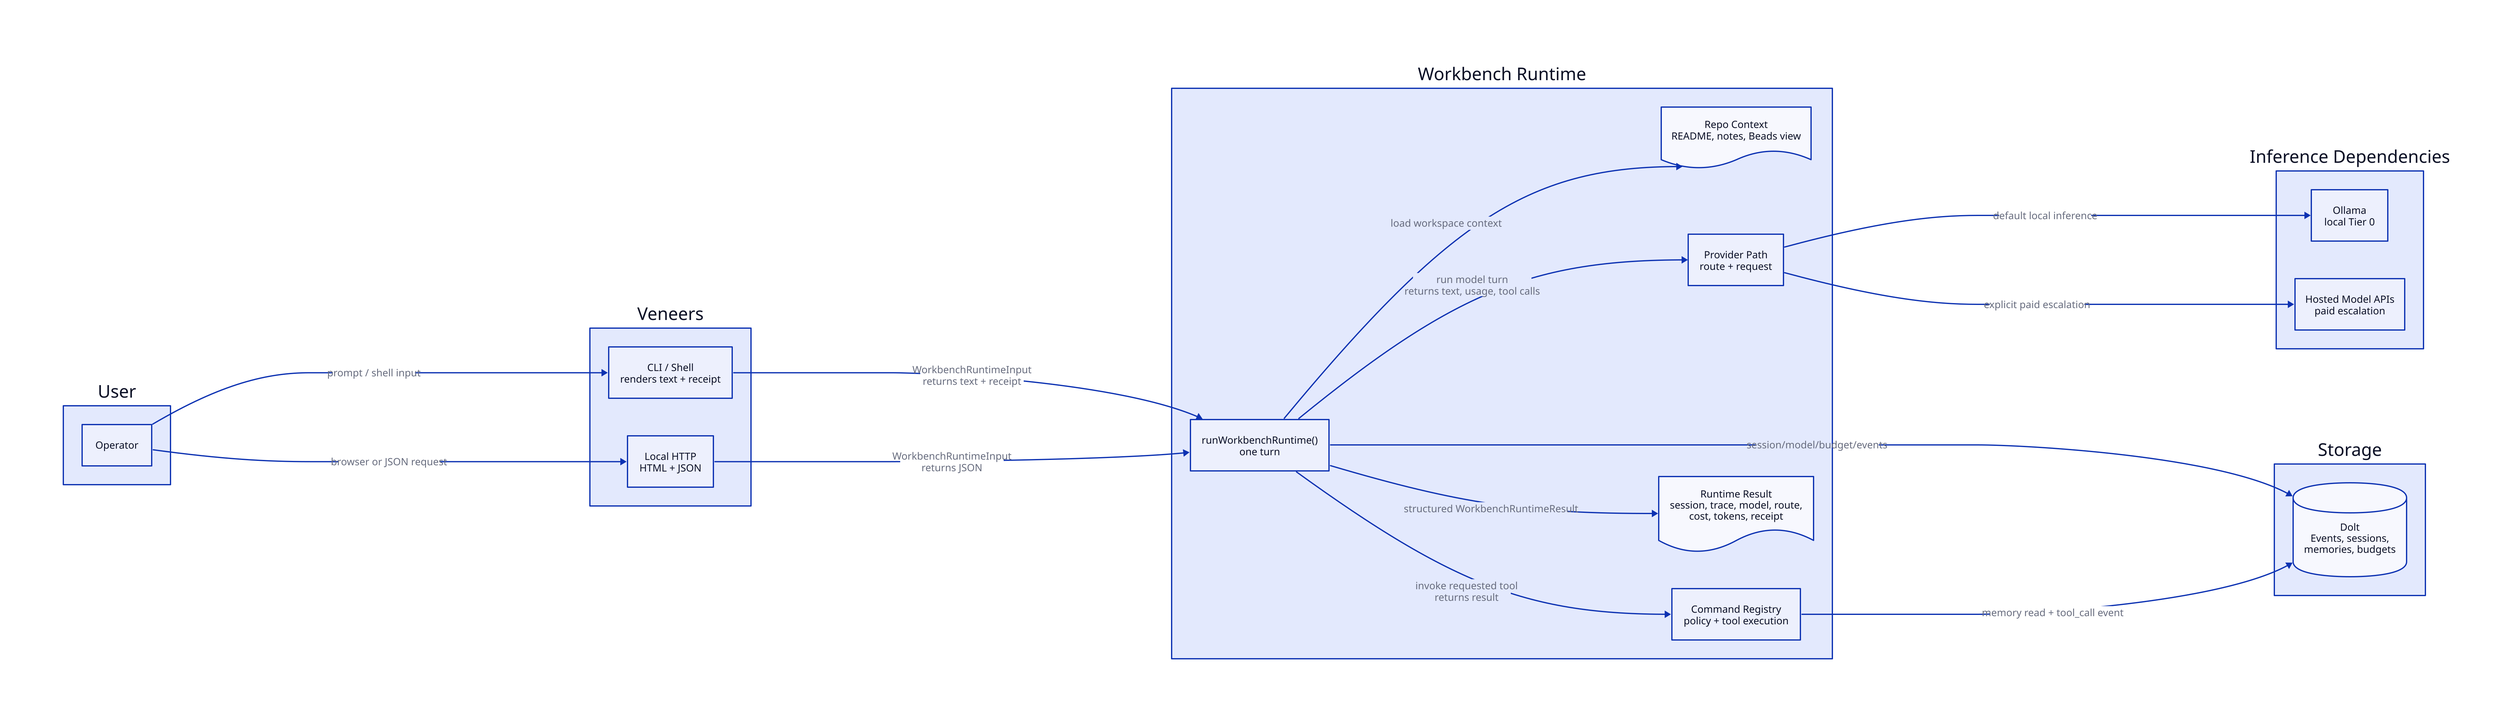
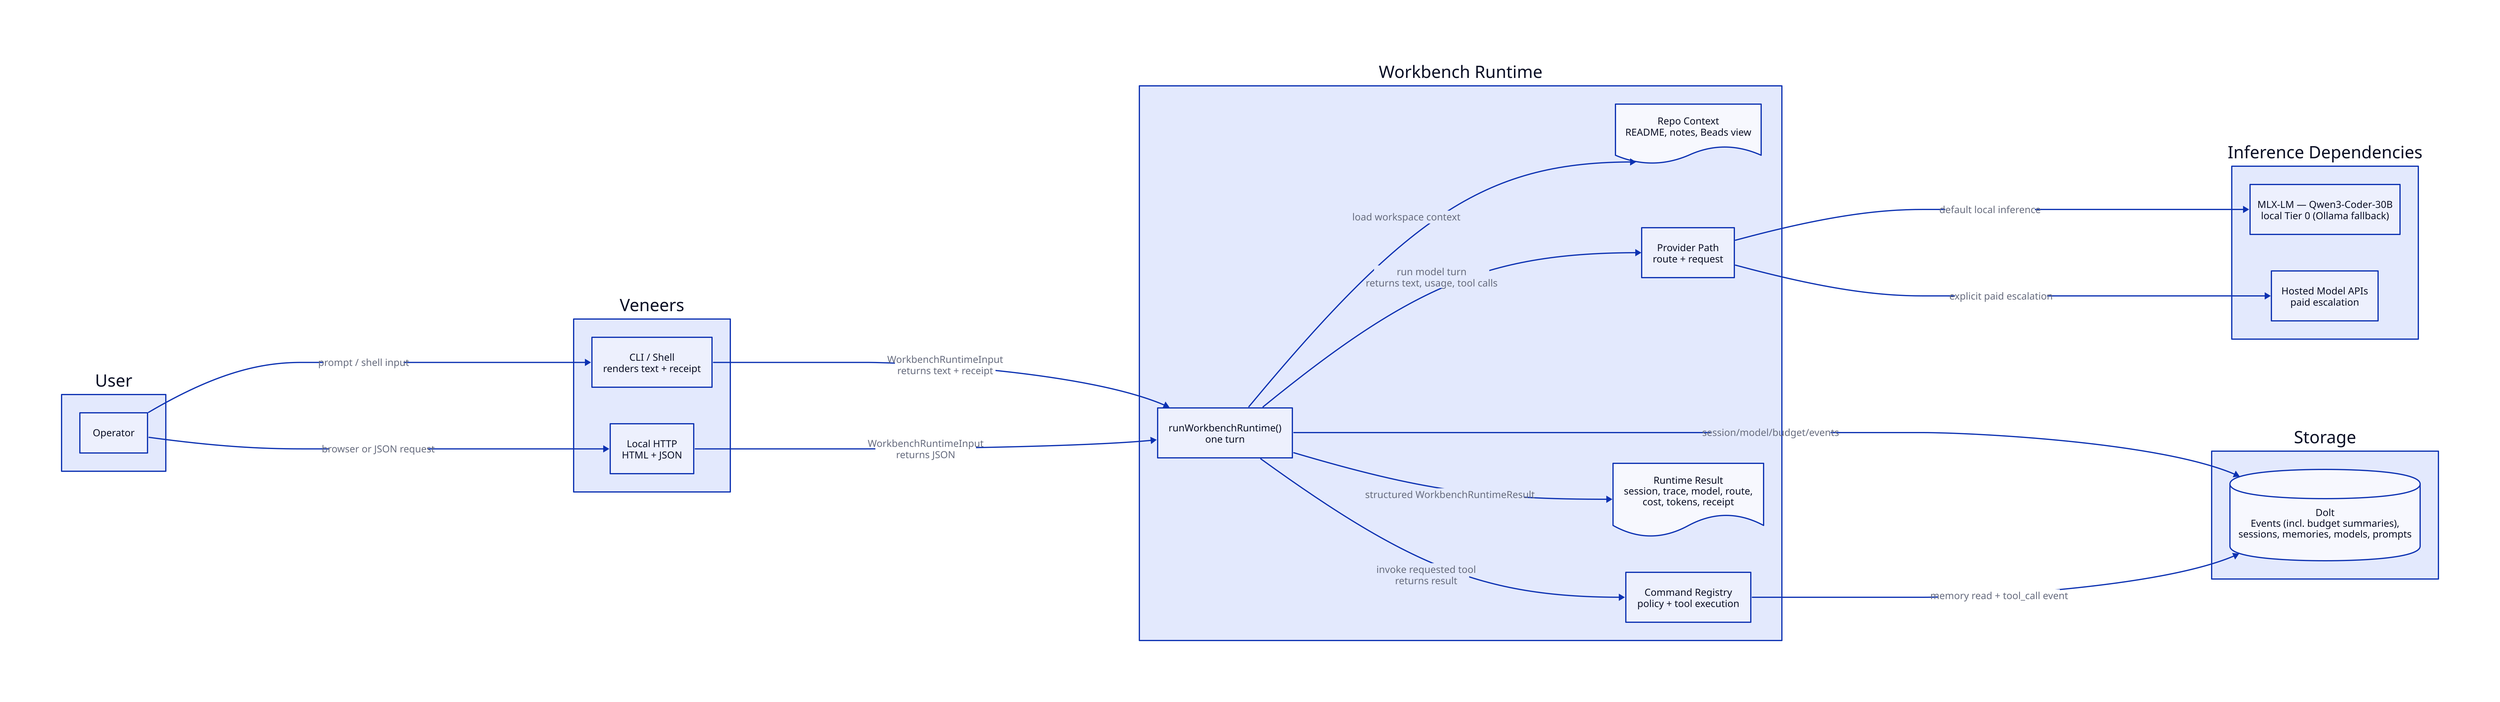
direction: right

user: {
  label: "User"

  operator: {
    label: "Operator"
    shape: rectangle
  }
}

veneers: {
  label: "Veneers"

  cli: {
    label: "CLI / Shell\nrenders text + receipt"
    shape: rectangle
  }

  http: {
    label: "Local HTTP\nHTML + JSON"
    shape: rectangle
  }
}

runtime_core: {
  label: "Workbench Runtime"

  runtime: {
    label: "runWorkbenchRuntime()\none turn"
    shape: rectangle
  }

  repo_context: {
    label: "Repo Context\nREADME, notes, Beads view"
    shape: document
  }

  model_router: {
    label: "Provider Path\nroute + request"
    shape: rectangle
  }

  commands: {
    label: "Command Registry\npolicy + tool execution"
    shape: rectangle
  }

  result: {
    label: "Runtime Result\nsession, trace, model, route,\ncost, tokens, receipt"
    shape: document
  }
}

inference: {
  label: "Inference Dependencies"

  local_model: {
-     label: "Ollama\nlocal Tier 0"
+     label: "MLX-LM — Qwen3-Coder-30B\nlocal Tier 0 (Ollama fallback)"
    shape: rectangle
  }

  hosted_model: {
    label: "Hosted Model APIs\npaid escalation"
    shape: rectangle
  }
}

storage: {
  label: "Storage"

  dolt: {
-     label: "Dolt\nEvents, sessions,\nmemories, budgets"
+     label: "Dolt\nEvents (incl. budget summaries),\nsessions, memories, models, prompts"
    shape: cylinder
  }
}

user.operator -> veneers.cli: "prompt / shell input"
user.operator -> veneers.http: "browser or JSON request"

veneers.cli -> runtime_core.runtime: "WorkbenchRuntimeInput\nreturns text + receipt"
veneers.http -> runtime_core.runtime: "WorkbenchRuntimeInput\nreturns JSON"

runtime_core.runtime -> runtime_core.repo_context: "load workspace context"
runtime_core.runtime -> runtime_core.model_router: "run model turn\nreturns text, usage, tool calls"
runtime_core.runtime -> runtime_core.commands: "invoke requested tool\nreturns result"
runtime_core.runtime -> storage.dolt: "session/model/budget/events"
runtime_core.commands -> storage.dolt: "memory read + tool_call event"
runtime_core.model_router -> inference.local_model: "default local inference"
runtime_core.model_router -> inference.hosted_model: "explicit paid escalation"
runtime_core.runtime -> runtime_core.result: "structured WorkbenchRuntimeResult"
